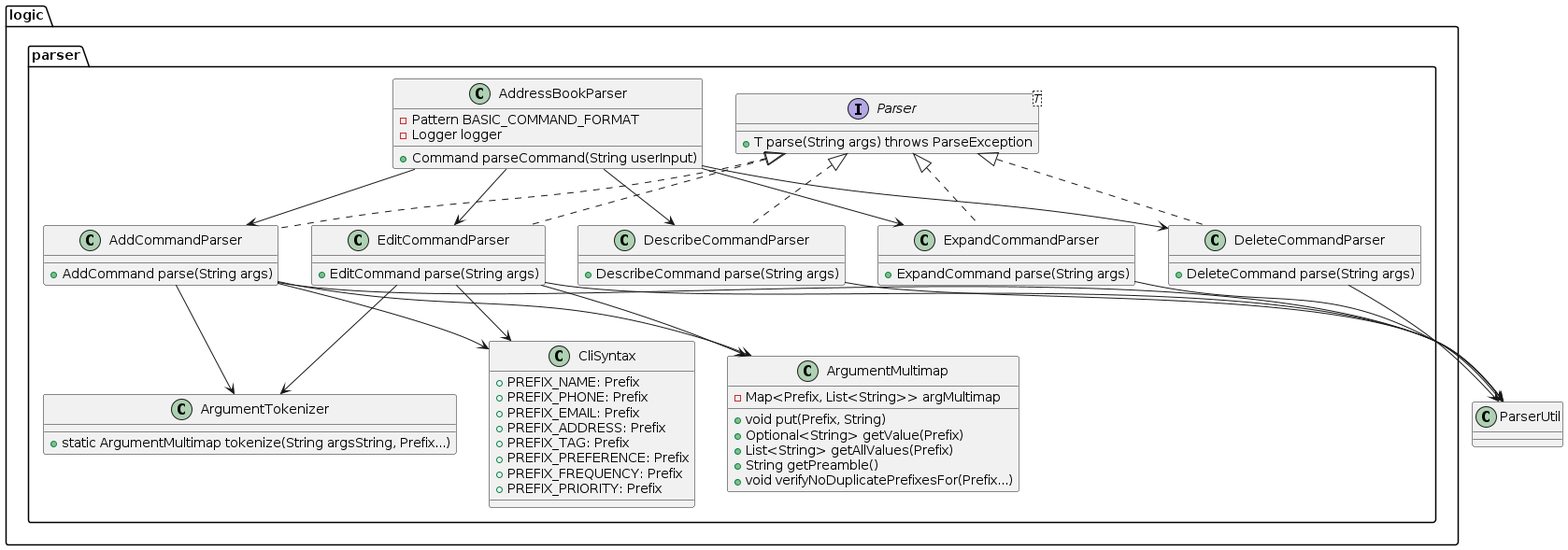
Earlier version of the PlantUML export diagrams/ParserClasses.png (dingZvel/tp). Its source is kept beside it as diagrams/ParserClasses.puml. Its diagram source:
```plantuml
@startuml

package "logic.parser" {
  interface Parser<T> {
    +T parse(String args) throws ParseException
  }

  class AddressBookParser {
    -Pattern BASIC_COMMAND_FORMAT
    -Logger logger
    +Command parseCommand(String userInput)
  }

  class ArgumentMultimap {
    -Map<Prefix, List<String>> argMultimap
    +void put(Prefix, String)
    +Optional<String> getValue(Prefix)
    +List<String> getAllValues(Prefix)
    +String getPreamble()
    +void verifyNoDuplicatePrefixesFor(Prefix...)
  }

  class ArgumentTokenizer {
    +static ArgumentMultimap tokenize(String argsString, Prefix...)
  }

  class CliSyntax {
    +PREFIX_NAME: Prefix
    +PREFIX_PHONE: Prefix
    +PREFIX_EMAIL: Prefix
    +PREFIX_ADDRESS: Prefix
    +PREFIX_TAG: Prefix
    +PREFIX_PREFERENCE: Prefix
    +PREFIX_FREQUENCY: Prefix
    +PREFIX_PRIORITY: Prefix
  }

  class AddCommandParser {
    +AddCommand parse(String args)
  }

  class EditCommandParser {
    +EditCommand parse(String args)
  }

  class DeleteCommandParser {
    +DeleteCommand parse(String args)
  }

  class DescribeCommandParser {
    +DescribeCommand parse(String args)
  }

  class ExpandCommandParser {
    +ExpandCommand parse(String args)
  }
}


Parser <|.. AddCommandParser
Parser <|.. EditCommandParser
Parser <|.. DeleteCommandParser
Parser <|.. DescribeCommandParser
Parser <|.. ExpandCommandParser

AddCommandParser --> ArgumentMultimap
AddCommandParser --> ArgumentTokenizer
AddCommandParser --> CliSyntax
AddCommandParser --> ParserUtil

EditCommandParser --> ArgumentMultimap
EditCommandParser --> ArgumentTokenizer
EditCommandParser --> CliSyntax
EditCommandParser --> ParserUtil

DeleteCommandParser --> ParserUtil
DescribeCommandParser --> ParserUtil
ExpandCommandParser --> ParserUtil

AddressBookParser --> AddCommandParser
AddressBookParser --> EditCommandParser
AddressBookParser --> DeleteCommandParser
AddressBookParser --> DescribeCommandParser
AddressBookParser --> ExpandCommandParser

@enduml
```
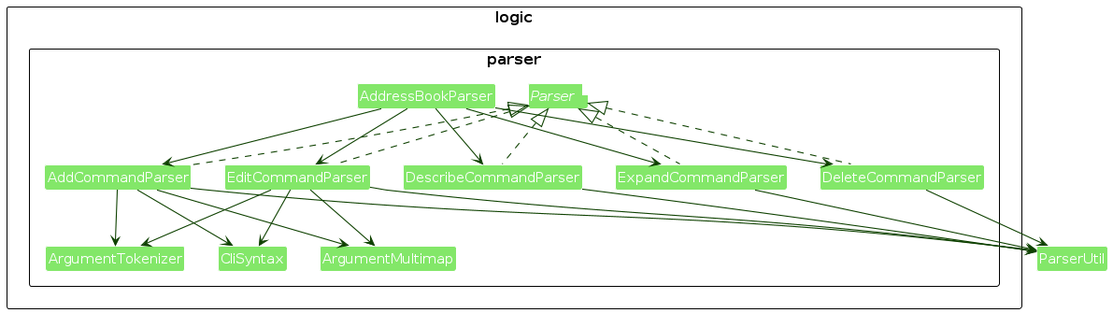
After the change.

The edit, as a diff of the source:
```diff
@@ -1,4 +1,8 @@
 @startuml
+!include style.puml
+skinparam arrowThickness 1.1
+skinparam arrowColor UI_COLOR_T4
+skinparam classBackgroundColor UI_COLOR_T1
 
 package "logic.parser" {
   interface Parser<T> {
```
